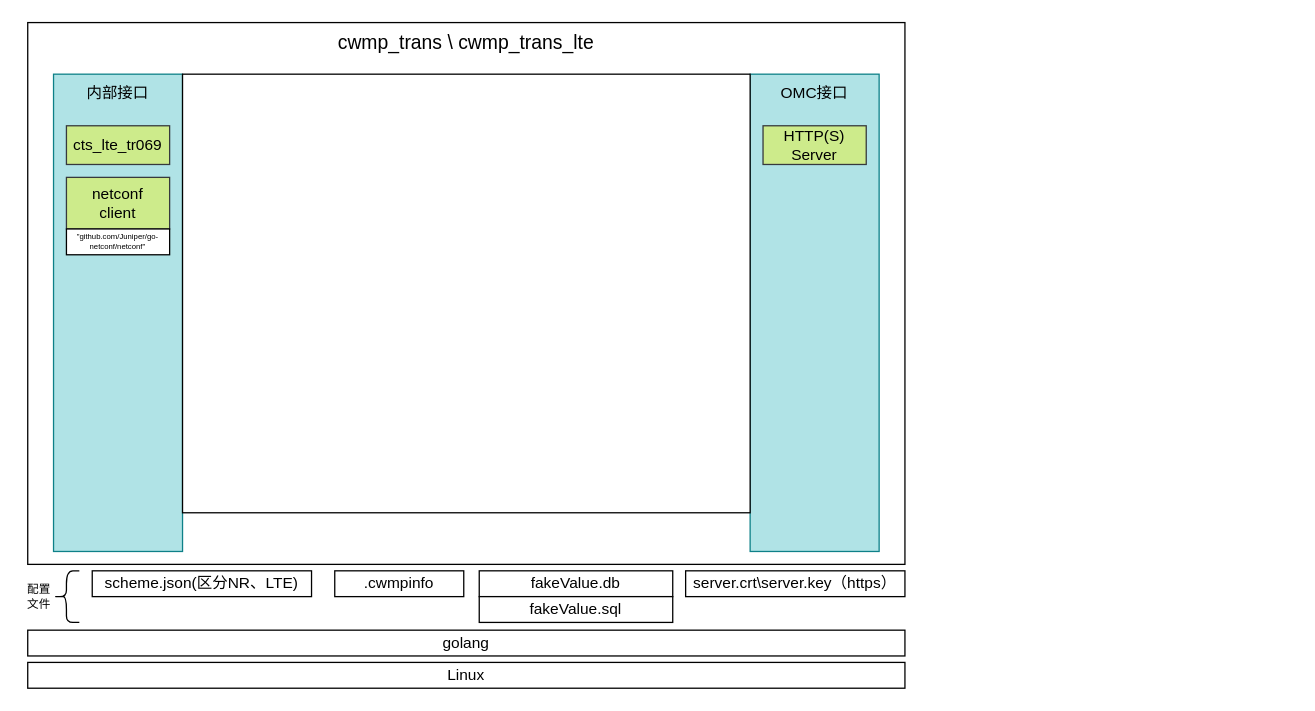
This is page "Page-1" (1 of 2) of CertusNet/Diagram/OriginDiagram/A1-C9.drawio from visiontrail/SelfLibrary, a draw.io file, before an edit. Source tidied: cells renumbered, new cells numbered last; positions are measured from the earlier drawing's top-left corner, leaving out a move shared by most shapes. Both pictures are drawn from the tidied source at 129%, with x=0, y=0 at pixel (27, 22).
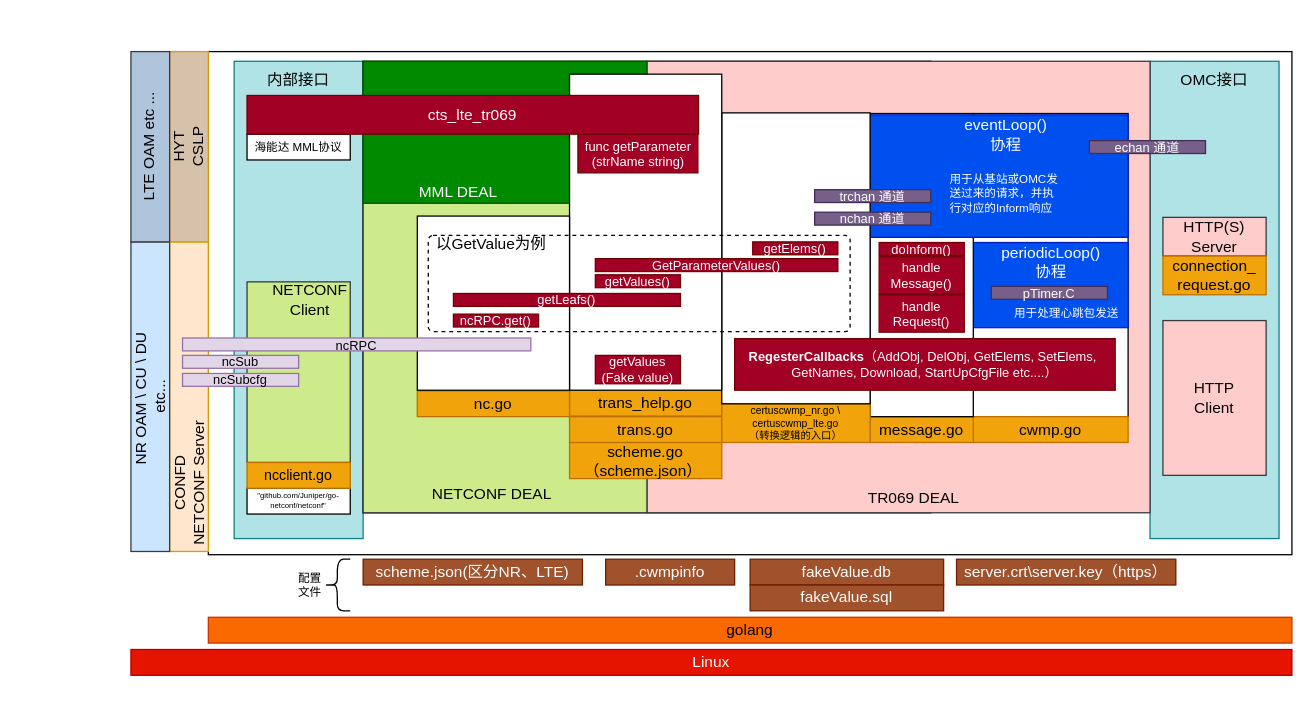
The same diagram, later.

What changed in the source:
```diff
@@
     <mxCell id="2" style="rounded=0;whiteSpace=wrap;html=1;" parent="1" vertex="1">
-      <mxGeometry width="680" height="420" as="geometry" />
+      <mxGeometry x="140" y="22.5" width="840" height="390" as="geometry" />
     </mxCell>
-    <mxCell id="3" value="golang" style="rounded=0;whiteSpace=wrap;html=1;" parent="1" vertex="1">
-      <mxGeometry y="471" width="680" height="20" as="geometry" />
+    <mxCell id="3" value="golang" style="rounded=0;whiteSpace=wrap;html=1;fillColor=#fa6800;fontColor=#000000;strokeColor=#C73500;" parent="1" vertex="1">
+      <mxGeometry x="140" y="461" width="840" height="20" as="geometry" />
     </mxCell>
-    <mxCell id="4" value="Linux" style="rounded=0;whiteSpace=wrap;html=1;" parent="1" vertex="1">
-      <mxGeometry y="496" width="680" height="20" as="geometry" />
+    <mxCell id="4" value="Linux" style="rounded=0;whiteSpace=wrap;html=1;fillColor=#e51400;fontColor=#ffffff;strokeColor=#B20000;" parent="1" vertex="1">
+      <mxGeometry x="80" y="486" width="900" height="20" as="geometry" />
     </mxCell>
-    <mxCell id="5" value="scheme.json(区分NR、LTE)" style="rounded=0;whiteSpace=wrap;html=1;" parent="1" vertex="1">
-      <mxGeometry x="50" y="425" width="170" height="20" as="geometry" />
+    <mxCell id="5" value="scheme.json(区分NR、LTE)" style="rounded=0;whiteSpace=wrap;html=1;fillColor=#a0522d;strokeColor=#6D1F00;fontColor=#ffffff;" parent="1" vertex="1">
+      <mxGeometry x="260" y="416" width="170" height="20" as="geometry" />
     </mxCell>
-    <mxCell id="6" value="fakeValue.db" style="rounded=0;whiteSpace=wrap;html=1;" parent="1" vertex="1">
-      <mxGeometry x="350" y="425" width="150" height="20" as="geometry" />
+    <mxCell id="6" value="fakeValue.db" style="rounded=0;whiteSpace=wrap;html=1;fillColor=#a0522d;strokeColor=#6D1F00;fontColor=#ffffff;" parent="1" vertex="1">
+      <mxGeometry x="560" y="416" width="150" height="20" as="geometry" />
     </mxCell>
-    <mxCell id="7" value="fakeValue.sql" style="rounded=0;whiteSpace=wrap;html=1;" parent="1" vertex="1">
-      <mxGeometry x="350" y="445" width="150" height="20" as="geometry" />
+    <mxCell id="7" value="fakeValue.sql" style="rounded=0;whiteSpace=wrap;html=1;fillColor=#a0522d;strokeColor=#6D1F00;fontColor=#ffffff;" parent="1" vertex="1">
+      <mxGeometry x="560" y="436" width="150" height="20" as="geometry" />
     </mxCell>
-    <mxCell id="8" value="server.crt\server.key（https）" style="rounded=0;whiteSpace=wrap;html=1;" parent="1" vertex="1">
-      <mxGeometry x="510" y="425" width="170" height="20" as="geometry" />
+    <mxCell id="8" value="server.crt\server.key（https）" style="rounded=0;whiteSpace=wrap;html=1;fillColor=#a0522d;strokeColor=#6D1F00;fontColor=#ffffff;" parent="1" vertex="1">
+      <mxGeometry x="720" y="416" width="170" height="20" as="geometry" />
     </mxCell>
     <mxCell id="9" style="rounded=0;whiteSpace=wrap;html=1;fillColor=#b0e3e6;strokeColor=#0e8088;" parent="1" vertex="1">
-      <mxGeometry x="560" y="40" width="100" height="370" as="geometry" />
+      <mxGeometry x="870" y="30" width="100" height="370" as="geometry" />
     </mxCell>
     <mxCell id="10" value="OMC接口" style="text;html=1;strokeColor=none;fillColor=none;align=center;verticalAlign=middle;whiteSpace=wrap;rounded=0;" parent="1" vertex="1">
-      <mxGeometry x="580" y="40" width="60" height="30" as="geometry" />
+      <mxGeometry x="890" y="30" width="60" height="30" as="geometry" />
     </mxCell>
-    <mxCell id="11" value="cwmp_trans \ cwmp_trans_lte" style="text;html=1;strokeColor=none;fillColor=none;align=center;verticalAlign=middle;whiteSpace=wrap;rounded=0;fontSize=15;" parent="1" vertex="1">
-      <mxGeometry x="235" width="210" height="30" as="geometry" />
-    </mxCell>
     <mxCell id="12" style="rounded=0;whiteSpace=wrap;html=1;fillColor=#b0e3e6;strokeColor=#0e8088;" parent="1" vertex="1">
-      <mxGeometry x="20" y="40" width="100" height="370" as="geometry" />
+      <mxGeometry x="160" y="30" width="100" height="370" as="geometry" />
     </mxCell>
     <mxCell id="13" value="内部接口" style="text;html=1;strokeColor=none;fillColor=none;align=center;verticalAlign=middle;whiteSpace=wrap;rounded=0;" parent="1" vertex="1">
-      <mxGeometry x="40" y="40" width="60" height="30" as="geometry" />
+      <mxGeometry x="180" y="30" width="60" height="30" as="geometry" />
     </mxCell>
     <mxCell id="14" style="rounded=0;whiteSpace=wrap;html=1;" parent="1" vertex="1">
-      <mxGeometry x="120" y="40" width="440" height="340" as="geometry" />
+      <mxGeometry x="260" y="30" width="440" height="350" as="geometry" />
     </mxCell>
-    <mxCell id="15" value=".cwmpinfo" style="rounded=0;whiteSpace=wrap;html=1;" parent="1" vertex="1">
-      <mxGeometry x="238" y="425" width="100" height="20" as="geometry" />
+    <mxCell id="15" value=".cwmpinfo" style="rounded=0;whiteSpace=wrap;html=1;fillColor=#a0522d;strokeColor=#6D1F00;fontColor=#ffffff;" parent="1" vertex="1">
+      <mxGeometry x="448" y="416" width="100" height="20" as="geometry" />
     </mxCell>
     <mxCell id="16" value="配置文件" style="shape=curlyBracket;whiteSpace=wrap;html=1;rounded=1;labelPosition=left;verticalLabelPosition=middle;align=right;verticalAlign=middle;fontSize=9;" parent="1" vertex="1">
-      <mxGeometry x="20" y="425" width="20" height="40" as="geometry" />
+      <mxGeometry x="230" y="416" width="20" height="40" as="geometry" />
     </mxCell>
-    <mxCell id="17" value="HTTP(S)&lt;br&gt;Server" style="rounded=0;whiteSpace=wrap;html=1;fillColor=#cdeb8b;strokeColor=#36393d;" parent="1" vertex="1">
-      <mxGeometry x="570" y="80" width="80" height="30" as="geometry" />
+    <mxCell id="17" value="HTTP(S)&lt;br&gt;Server" style="rounded=0;whiteSpace=wrap;html=1;fillColor=#ffcccc;strokeColor=#36393d;" parent="1" vertex="1">
+      <mxGeometry x="880" y="151" width="80" height="30" as="geometry" />
     </mxCell>
-    <mxCell id="18" value="cts_lte_tr069" style="rounded=0;whiteSpace=wrap;html=1;fillColor=#cdeb8b;strokeColor=#36393d;" parent="1" vertex="1">
-      <mxGeometry x="30" y="80" width="80" height="30" as="geometry" />
-    </mxCell>
-    <mxCell id="19" value="netconf&lt;br&gt;client" style="rounded=0;whiteSpace=wrap;html=1;fillColor=#cdeb8b;strokeColor=#36393d;" parent="1" vertex="1">
-      <mxGeometry x="30" y="120" width="80" height="40" as="geometry" />
+    <mxCell id="19" style="rounded=0;whiteSpace=wrap;html=1;fillColor=#cdeb8b;strokeColor=#36393d;" parent="1" vertex="1">
+      <mxGeometry x="170" y="201" width="80" height="140" as="geometry" />
     </mxCell>
     <mxCell id="20" value="&quot;github.com/Juniper/go-netconf/netconf&quot;" style="rounded=0;whiteSpace=wrap;html=1;fontSize=6;" parent="1" vertex="1">
-      <mxGeometry x="30" y="160" width="80" height="20" as="geometry" />
+      <mxGeometry x="170" y="361" width="80" height="20" as="geometry" />
     </mxCell>
+    <mxCell id="21" value="ncclient.go" style="rounded=0;whiteSpace=wrap;html=1;fontSize=11;fillColor=#f0a30a;fontColor=#000000;strokeColor=#BD7000;" parent="1" vertex="1">
+      <mxGeometry x="170" y="341" width="80" height="20" as="geometry" />
+    </mxCell>
+    <mxCell id="22" value="connection_&lt;br&gt;request.go" style="rounded=0;whiteSpace=wrap;html=1;fillColor=#f0a30a;strokeColor=#BD7000;fontColor=#000000;" parent="1" vertex="1">
+      <mxGeometry x="880" y="181" width="80" height="30" as="geometry" />
+    </mxCell>
+    <mxCell id="23" value="HTTP&lt;br&gt;Client" style="rounded=0;whiteSpace=wrap;html=1;fillColor=#ffcccc;strokeColor=#36393d;" parent="1" vertex="1">
+      <mxGeometry x="880" y="231" width="80" height="120" as="geometry" />
+    </mxCell>
+    <mxCell id="24" style="rounded=0;whiteSpace=wrap;html=1;horizontal=0;fillColor=#ffe6cc;strokeColor=#d79b00;" parent="1" vertex="1">
+      <mxGeometry x="110" y="170" width="30" height="240" as="geometry" />
+    </mxCell>
+    <mxCell id="25" value="NR OAM \ CU \ DU&amp;nbsp; &lt;br&gt;etc..." style="rounded=0;whiteSpace=wrap;html=1;horizontal=0;fillColor=#cce5ff;strokeColor=#36393d;" parent="1" vertex="1">
+      <mxGeometry x="80" y="170" width="30" height="240" as="geometry" />
+    </mxCell>
+    <mxCell id="26" value="CONFD&lt;br&gt;NETCONF Server" style="text;html=1;strokeColor=none;fillColor=none;align=center;verticalAlign=middle;whiteSpace=wrap;rounded=0;horizontal=0;" parent="1" vertex="1">
+      <mxGeometry x="115" y="290" width="20" height="135" as="geometry" />
+    </mxCell>
+    <mxCell id="27" value="ncSub" style="rounded=0;whiteSpace=wrap;html=1;fillColor=#e1d5e7;strokeColor=#9673a6;fontSize=10;" parent="1" vertex="1">
+      <mxGeometry x="120" y="258" width="90" height="10" as="geometry" />
+    </mxCell>
+    <mxCell id="28" value="ncSubcfg" style="rounded=0;whiteSpace=wrap;html=1;fillColor=#e1d5e7;strokeColor=#9673a6;fontSize=10;" parent="1" vertex="1">
+      <mxGeometry x="120" y="272" width="90" height="10" as="geometry" />
+    </mxCell>
+    <mxCell id="29" value="NETCONF&lt;br&gt;Client" style="text;html=1;strokeColor=none;fillColor=none;align=center;verticalAlign=middle;whiteSpace=wrap;rounded=0;" parent="1" vertex="1">
+      <mxGeometry x="189" y="200" width="60" height="30" as="geometry" />
+    </mxCell>
+    <mxCell id="30" value="海能达 MML协议" style="rounded=0;whiteSpace=wrap;html=1;fontSize=9;" parent="1" vertex="1">
+      <mxGeometry x="170" y="86.5" width="80" height="20" as="geometry" />
+    </mxCell>
+    <mxCell id="31" style="rounded=0;whiteSpace=wrap;html=1;fillColor=#ffcccc;strokeColor=#36393d;" parent="1" vertex="1">
+      <mxGeometry x="480" y="30" width="390" height="350" as="geometry" />
+    </mxCell>
+    <mxCell id="32" style="rounded=0;whiteSpace=wrap;html=1;fillColor=#cdeb8b;strokeColor=#36393d;" parent="1" vertex="1">
+      <mxGeometry x="260" y="140" width="220" height="240" as="geometry" />
+    </mxCell>
+    <mxCell id="33" value="scheme.go&lt;br&gt;（scheme.json）&amp;nbsp;" style="rounded=0;whiteSpace=wrap;html=1;fillColor=#f0a30a;fontColor=#000000;strokeColor=#BD7000;" parent="1" vertex="1">
+      <mxGeometry x="420" y="325.5" width="118" height="28" as="geometry" />
+    </mxCell>
+    <mxCell id="34" value="trans.go" style="rounded=0;whiteSpace=wrap;html=1;fillColor=#f0a30a;fontColor=#000000;strokeColor=#BD7000;" parent="1" vertex="1">
+      <mxGeometry x="420" y="305.5" width="118" height="20" as="geometry" />
+    </mxCell>
+    <mxCell id="35" value="trans_help.go" style="rounded=0;whiteSpace=wrap;html=1;fillColor=#f0a30a;fontColor=#000000;strokeColor=#BD7000;" parent="1" vertex="1">
+      <mxGeometry x="420" y="285" width="118" height="20" as="geometry" />
+    </mxCell>
+    <mxCell id="36" value="NETCONF DEAL" style="text;html=1;strokeColor=none;fillColor=none;align=center;verticalAlign=middle;whiteSpace=wrap;rounded=0;" parent="1" vertex="1">
+      <mxGeometry x="300" y="351" width="120" height="30" as="geometry" />
+    </mxCell>
+    <mxCell id="37" value="TR069 DEAL" style="text;html=1;strokeColor=none;fillColor=none;align=center;verticalAlign=middle;whiteSpace=wrap;rounded=0;" parent="1" vertex="1">
+      <mxGeometry x="627" y="353.5" width="120" height="30" as="geometry" />
+    </mxCell>
+    <mxCell id="38" style="rounded=0;whiteSpace=wrap;html=1;fillColor=#008a00;strokeColor=#005700;fontColor=#ffffff;" parent="1" vertex="1">
+      <mxGeometry x="260" y="30" width="220" height="110" as="geometry" />
+    </mxCell>
+    <mxCell id="39" value="MML DEAL" style="text;html=1;strokeColor=none;fillColor=none;align=center;verticalAlign=middle;whiteSpace=wrap;rounded=0;fontColor=#FFFFFF;" parent="1" vertex="1">
+      <mxGeometry x="274" y="117" width="120" height="30" as="geometry" />
+    </mxCell>
+    <mxCell id="40" style="rounded=0;whiteSpace=wrap;html=1;" parent="1" vertex="1">
+      <mxGeometry x="733" y="70.5" width="120" height="235" as="geometry" />
+    </mxCell>
+    <mxCell id="41" value="cwmp.go" style="rounded=0;whiteSpace=wrap;html=1;fillColor=#f0a30a;fontColor=#000000;strokeColor=#BD7000;" parent="1" vertex="1">
+      <mxGeometry x="733" y="305.5" width="120" height="20" as="geometry" />
+    </mxCell>
+    <mxCell id="42" style="rounded=0;whiteSpace=wrap;html=1;fillColor=#0050ef;fontColor=#ffffff;strokeColor=#001DBC;" parent="1" vertex="1">
+      <mxGeometry x="733" y="170.5" width="120" height="66" as="geometry" />
+    </mxCell>
+    <mxCell id="43" value="用于处理心跳包发送" style="text;html=1;strokeColor=none;fillColor=none;align=left;verticalAlign=middle;whiteSpace=wrap;rounded=0;fontColor=#FFFFFF;fontSize=9;" parent="1" vertex="1">
+      <mxGeometry x="763" y="215" width="90" height="21" as="geometry" />
+    </mxCell>
+    <mxCell id="44" value="pTimer.C" style="rounded=0;whiteSpace=wrap;html=1;fillColor=#76608a;fontColor=#ffffff;strokeColor=#432D57;fontSize=10;" parent="1" vertex="1">
+      <mxGeometry x="747" y="204.5" width="90" height="10" as="geometry" />
+    </mxCell>
+    <mxCell id="45" value="message.go" style="rounded=0;whiteSpace=wrap;html=1;fillColor=#f0a30a;fontColor=#000000;strokeColor=#BD7000;" parent="1" vertex="1">
+      <mxGeometry x="653" y="305.5" width="80" height="20" as="geometry" />
+    </mxCell>
+    <mxCell id="46" style="rounded=0;whiteSpace=wrap;html=1;" parent="1" vertex="1">
+      <mxGeometry x="653" y="70.5" width="80" height="235" as="geometry" />
+    </mxCell>
+    <mxCell id="47" value="periodicLoop()&lt;br&gt;协程" style="text;html=1;align=center;verticalAlign=middle;strokeColor=none;fillColor=none;fontColor=#FFFFFF;" parent="1" vertex="1">
+      <mxGeometry x="743" y="165.5" width="100" height="40" as="geometry" />
+    </mxCell>
+    <mxCell id="48" style="rounded=0;whiteSpace=wrap;html=1;fillColor=#0050ef;fontColor=#ffffff;strokeColor=#001DBC;" parent="1" vertex="1">
+      <mxGeometry x="653" y="71.5" width="200" height="95" as="geometry" />
+    </mxCell>
+    <mxCell id="49" value="eventLoop()&lt;br&gt;协程" style="text;html=1;align=center;verticalAlign=middle;strokeColor=none;fillColor=none;fontColor=#FFFFFF;" parent="1" vertex="1">
+      <mxGeometry x="713" y="66.5" width="90" height="40" as="geometry" />
+    </mxCell>
+    <mxCell id="50" value="echan 通道" style="rounded=0;whiteSpace=wrap;html=1;fillColor=#76608a;fontColor=#ffffff;strokeColor=#432D57;fontSize=10;" parent="1" vertex="1">
+      <mxGeometry x="823" y="91.5" width="90" height="10" as="geometry" />
+    </mxCell>
+    <mxCell id="51" value="用于从基站或OMC发送过来的请求，并执行对应的Inform响应" style="text;html=1;strokeColor=none;fillColor=none;align=left;verticalAlign=middle;whiteSpace=wrap;rounded=0;fontColor=#FFFFFF;fontSize=9;" parent="1" vertex="1">
+      <mxGeometry x="713" y="110" width="90" height="45" as="geometry" />
+    </mxCell>
+    <mxCell id="52" value="doInform()" style="rounded=0;whiteSpace=wrap;html=1;fillColor=#a20025;fontColor=#ffffff;strokeColor=#6F0000;fontSize=10;" parent="1" vertex="1">
+      <mxGeometry x="660" y="170.5" width="66" height="10" as="geometry" />
+    </mxCell>
+    <mxCell id="53" value="handle&lt;br&gt;Message()" style="rounded=0;whiteSpace=wrap;html=1;fillColor=#a20025;fontColor=#ffffff;strokeColor=#6F0000;fontSize=10;" parent="1" vertex="1">
+      <mxGeometry x="660" y="181.5" width="66" height="29" as="geometry" />
+    </mxCell>
+    <mxCell id="54" value="handle&lt;br&gt;Request()" style="rounded=0;whiteSpace=wrap;html=1;fillColor=#a20025;fontColor=#ffffff;strokeColor=#6F0000;fontSize=10;" parent="1" vertex="1">
+      <mxGeometry x="660" y="211" width="66" height="29" as="geometry" />
+    </mxCell>
+    <mxCell id="55" value="certuscwmp_nr.go \ &lt;br&gt;certuscwmp_lte.go &lt;br&gt;（转换逻辑的入口）" style="rounded=0;whiteSpace=wrap;html=1;fillColor=#f0a30a;fontColor=#000000;strokeColor=#BD7000;fontSize=8;" parent="1" vertex="1">
+      <mxGeometry x="538" y="295.5" width="115" height="30" as="geometry" />
+    </mxCell>
+    <mxCell id="56" style="rounded=0;whiteSpace=wrap;html=1;" parent="1" vertex="1">
+      <mxGeometry x="538" y="70" width="115" height="225.5" as="geometry" />
+    </mxCell>
+    <mxCell id="57" value="&lt;b&gt;RegesterCallbacks&lt;/b&gt;（AddObj,&amp;nbsp;&lt;span style=&quot;background-color: initial;&quot;&gt;DelObj,&amp;nbsp;&lt;/span&gt;&lt;span style=&quot;background-color: initial;&quot;&gt;GetElems,&amp;nbsp;&lt;/span&gt;&lt;span style=&quot;background-color: initial;&quot;&gt;SetElems,&amp;nbsp;&lt;br&gt;&lt;/span&gt;&lt;span style=&quot;background-color: initial;&quot;&gt;GetNames,&amp;nbsp;&lt;/span&gt;&lt;span style=&quot;background-color: initial;&quot;&gt;Download,&amp;nbsp;&lt;/span&gt;&lt;span style=&quot;background-color: initial;&quot;&gt;StartUpCfgFile etc....&lt;/span&gt;）" style="rounded=0;whiteSpace=wrap;html=1;fillColor=#a20025;fontColor=#ffffff;strokeColor=#6F0000;fontSize=10;" parent="1" vertex="1">
+      <mxGeometry x="548" y="245" width="295" height="40" as="geometry" />
+    </mxCell>
+    <mxCell id="58" style="rounded=0;whiteSpace=wrap;html=1;" parent="1" vertex="1">
+      <mxGeometry x="420" y="40" width="118" height="245" as="geometry" />
+    </mxCell>
+    <mxCell id="59" value="getElems()" style="rounded=0;whiteSpace=wrap;html=1;fillColor=#a20025;fontColor=#ffffff;strokeColor=#6F0000;fontSize=10;" parent="1" vertex="1">
+      <mxGeometry x="562" y="170" width="66" height="10" as="geometry" />
+    </mxCell>
+    <mxCell id="60" value="GetParameterValues()" style="rounded=0;whiteSpace=wrap;html=1;fillColor=#a20025;fontColor=#ffffff;strokeColor=#6F0000;fontSize=10;" parent="1" vertex="1">
+      <mxGeometry x="440" y="183" width="188" height="10" as="geometry" />
+    </mxCell>
+    <mxCell id="61" value="getValues()" style="rounded=0;whiteSpace=wrap;html=1;fillColor=#a20025;fontColor=#ffffff;strokeColor=#6F0000;fontSize=10;" parent="1" vertex="1">
+      <mxGeometry x="440" y="195.5" width="66" height="10" as="geometry" />
+    </mxCell>
+    <mxCell id="62" value="nc.go" style="rounded=0;whiteSpace=wrap;html=1;fillColor=#f0a30a;fontColor=#000000;strokeColor=#BD7000;" parent="1" vertex="1">
+      <mxGeometry x="302" y="285.5" width="118" height="20" as="geometry" />
+    </mxCell>
+    <mxCell id="63" style="rounded=0;whiteSpace=wrap;html=1;" parent="1" vertex="1">
+      <mxGeometry x="302" y="150" width="118" height="135" as="geometry" />
+    </mxCell>
+    <mxCell id="64" value="以GetValue为例" style="text;html=1;align=center;verticalAlign=middle;strokeColor=none;fillColor=none;" parent="1" vertex="1">
+      <mxGeometry x="304" y="157" width="110" height="30" as="geometry" />
+    </mxCell>
+    <mxCell id="65" style="rounded=1;whiteSpace=wrap;html=1;dashed=1;fillColor=none;arcSize=5;" parent="1" vertex="1">
+      <mxGeometry x="310.5" y="165" width="327" height="74.5" as="geometry" />
+    </mxCell>
+    <mxCell id="66" value="getLeafs()" style="rounded=0;whiteSpace=wrap;html=1;fillColor=#a20025;fontColor=#ffffff;strokeColor=#6F0000;fontSize=10;" parent="1" vertex="1">
+      <mxGeometry x="330" y="210" width="176" height="10" as="geometry" />
+    </mxCell>
+    <mxCell id="67" value="ncRPC" style="rounded=0;whiteSpace=wrap;html=1;fillColor=#e1d5e7;strokeColor=#9673a6;fontSize=10;" parent="1" vertex="1">
+      <mxGeometry x="120" y="244.5" width="270" height="10" as="geometry" />
+    </mxCell>
+    <mxCell id="68" value="ncRPC.get()" style="rounded=0;whiteSpace=wrap;html=1;fillColor=#a20025;fontColor=#ffffff;strokeColor=#6F0000;fontSize=10;" parent="1" vertex="1">
+      <mxGeometry x="330" y="226" width="66" height="10" as="geometry" />
+    </mxCell>
+    <mxCell id="69" value="getValues&lt;br&gt;(Fake value)" style="rounded=0;whiteSpace=wrap;html=1;fillColor=#a20025;fontColor=#ffffff;strokeColor=#6F0000;fontSize=10;" parent="1" vertex="1">
+      <mxGeometry x="440" y="258" width="66" height="22" as="geometry" />
+    </mxCell>
+    <mxCell id="70" value="func getParameter&lt;br&gt;(strName string)" style="rounded=0;whiteSpace=wrap;html=1;fillColor=#a20025;fontColor=#ffffff;strokeColor=#6F0000;fontSize=10;" parent="1" vertex="1">
+      <mxGeometry x="426.5" y="86.5" width="93" height="30" as="geometry" />
+    </mxCell>
+    <mxCell id="18" value="cts_lte_tr069" style="rounded=0;whiteSpace=wrap;html=1;fillColor=#a20025;strokeColor=#6F0000;fontColor=#ffffff;" parent="1" vertex="1">
+      <mxGeometry x="170" y="56.5" width="350" height="30" as="geometry" />
+    </mxCell>
+    <mxCell id="71" value="HYT&lt;br&gt;CSLP" style="rounded=0;whiteSpace=wrap;html=1;horizontal=0;fillColor=#D6C1AB;strokeColor=#d79b00;" parent="1" vertex="1">
+      <mxGeometry x="110" y="22.5" width="30" height="147.5" as="geometry" />
+    </mxCell>
+    <mxCell id="72" value="LTE OAM etc ..." style="rounded=0;whiteSpace=wrap;html=1;horizontal=0;fillColor=#AFC5DB;strokeColor=#36393d;" parent="1" vertex="1">
+      <mxGeometry x="80" y="22.5" width="30" height="147.5" as="geometry" />
+    </mxCell>
+    <mxCell id="73" value="trchan 通道" style="rounded=0;whiteSpace=wrap;html=1;fillColor=#76608a;fontColor=#ffffff;strokeColor=#432D57;fontSize=10;" parent="1" vertex="1">
+      <mxGeometry x="610" y="129.5" width="90" height="10" as="geometry" />
+    </mxCell>
+    <mxCell id="74" value="nchan 通道" style="rounded=0;whiteSpace=wrap;html=1;fillColor=#76608a;fontColor=#ffffff;strokeColor=#432D57;fontSize=10;" parent="1" vertex="1">
+      <mxGeometry x="610" y="147" width="90" height="10" as="geometry" />
+    </mxCell>
```
